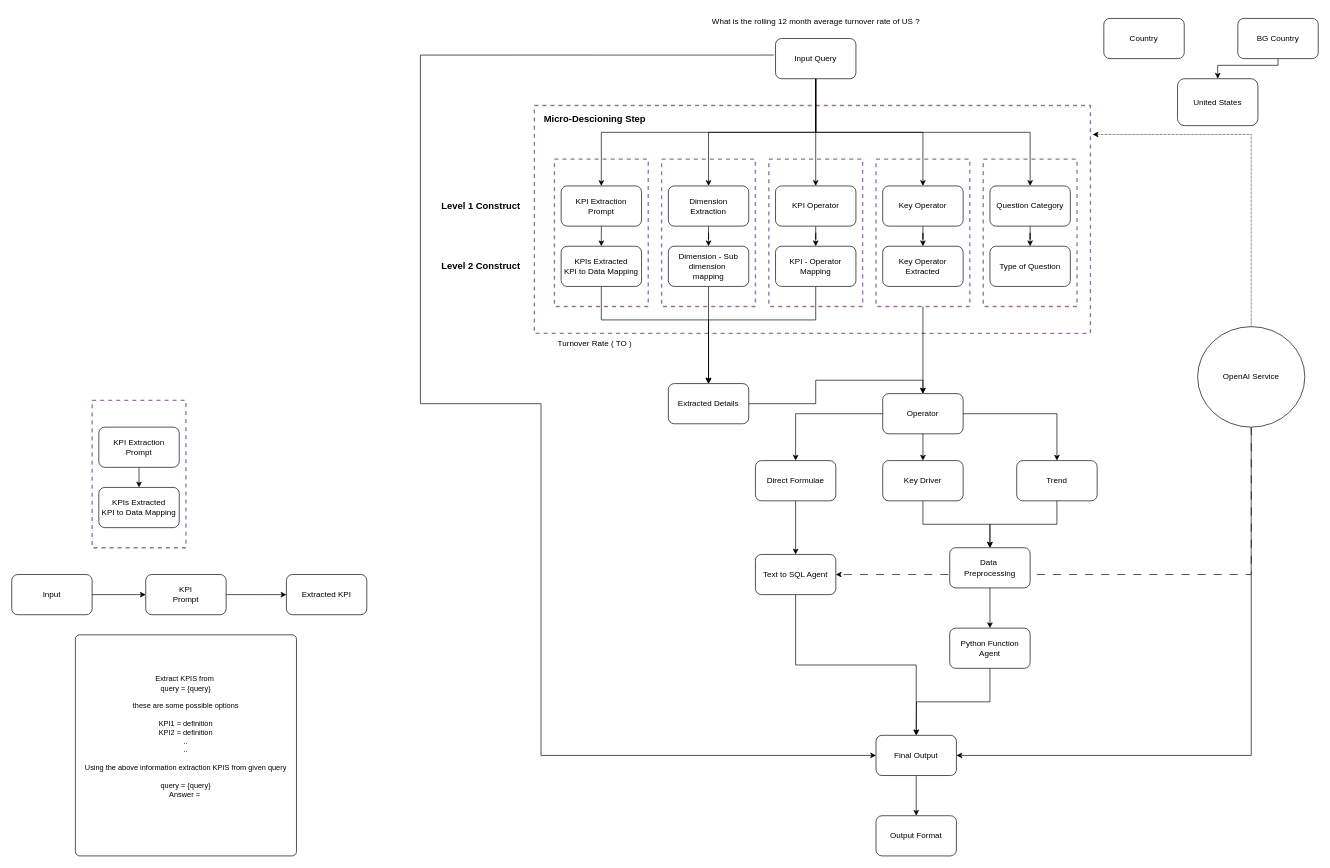
Above: page "Complete" (1 of 3) of Flow 1 - Complete workflow.drawio in NeyoxDrago/Flow-Diagrams (draw.io), before the change. Source tidied: cells renumbered, new cells numbered last; positions are measured from the earlier drawing's top-left corner, leaving out a move shared by most shapes. Both pictures are drawn from the tidied source at 67%, with x=0, y=0 at pixel (11, 11).
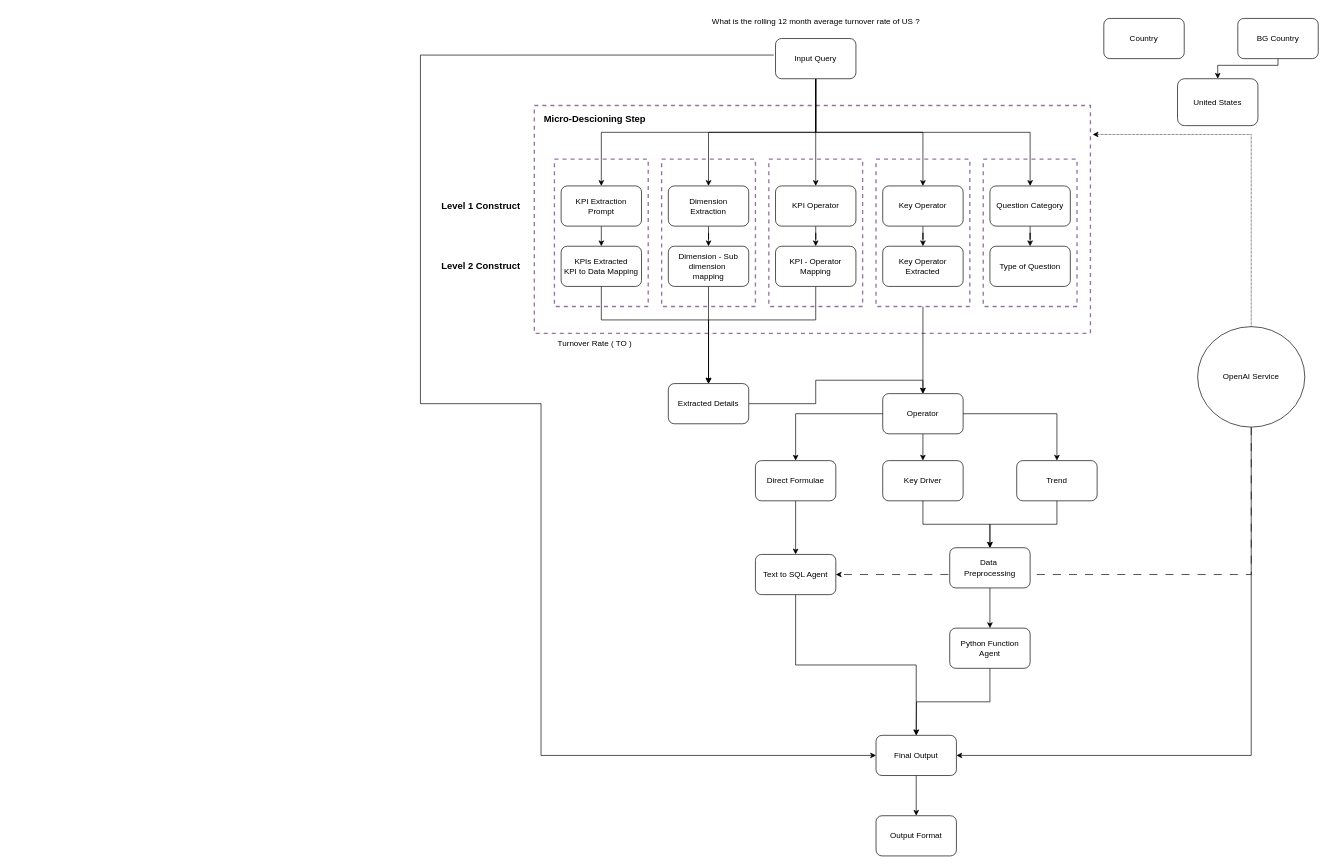
Above is the later version.

Diff of the diagram source:
```diff
@@
-    <mxCell id="62" style="verticalLabelPosition=bottom;verticalAlign=top;html=1;shape=mxgraph.basic.rect;fillColor2=none;strokeWidth=2;size=20;indent=5;fillColor=none;strokeColor=#9673a6;dashed=1;perimeterSpacing=0;shadow=0;" parent="1" vertex="1">
-      <mxGeometry x="120" y="580" width="140" height="220" as="geometry" />
-    </mxCell>
-    <mxCell id="63" style="edgeStyle=orthogonalEdgeStyle;rounded=0;jettySize=auto;html=1;exitX=0.5;exitY=1;exitDx=0;exitDy=0;entryX=0.5;entryY=0;entryDx=0;entryDy=0;strokeColor=default;shadow=0;strokeWidth=1;" parent="1" edge="1" source="64" target="65">
-      <mxGeometry relative="1" as="geometry" />
-    </mxCell>
-    <mxCell id="64" value="KPI Extraction Prompt" style="rounded=1;whiteSpace=wrap;html=1;strokeColor=default;shadow=0;strokeWidth=1;" parent="1" vertex="1">
-      <mxGeometry x="130" y="620" width="120" height="60" as="geometry" />
-    </mxCell>
-    <mxCell id="65" value="KPIs Extracted&lt;br&gt;KPI to Data Mapping" style="rounded=1;whiteSpace=wrap;html=1;strokeColor=default;shadow=0;strokeWidth=1;" parent="1" vertex="1">
-      <mxGeometry x="130" y="710" width="120" height="60" as="geometry" />
-    </mxCell>
-    <mxCell id="66" style="edgeStyle=orthogonalEdgeStyle;rounded=0;jettySize=auto;html=1;" parent="1" edge="1" source="67" target="68">
-      <mxGeometry relative="1" as="geometry" />
-    </mxCell>
-    <mxCell id="67" value="Input" style="rounded=1;whiteSpace=wrap;html=1;strokeColor=default;shadow=0;strokeWidth=1;" parent="1" vertex="1">
-      <mxGeometry y="840" width="120" height="60" as="geometry" />
-    </mxCell>
-    <mxCell id="68" value="&lt;div&gt;KPI&lt;/div&gt;Prompt" style="rounded=1;whiteSpace=wrap;html=1;strokeColor=default;shadow=0;strokeWidth=1;" parent="1" vertex="1">
-      <mxGeometry x="200" y="840" width="120" height="60" as="geometry" />
-    </mxCell>
-    <mxCell id="69" value="&lt;font style=&quot;font-size: 11px;&quot;&gt;Extract KPIS from&amp;nbsp;&lt;/font&gt;&lt;div style=&quot;font-size: 11px;&quot;&gt;&lt;font style=&quot;font-size: 11px;&quot;&gt;query = {query}&lt;/font&gt;&lt;/div&gt;&lt;div style=&quot;font-size: 11px;&quot;&gt;&lt;font style=&quot;font-size: 11px;&quot;&gt;&lt;br&gt;&lt;/font&gt;&lt;/div&gt;&lt;div style=&quot;font-size: 11px;&quot;&gt;&lt;font style=&quot;font-size: 11px;&quot;&gt;these are some possible options&lt;/font&gt;&lt;/div&gt;&lt;div style=&quot;font-size: 11px;&quot;&gt;&lt;font style=&quot;font-size: 11px;&quot;&gt;&lt;br&gt;&lt;/font&gt;&lt;/div&gt;&lt;div style=&quot;font-size: 11px;&quot;&gt;&lt;font style=&quot;font-size: 11px;&quot;&gt;KPI1 = definition&lt;/font&gt;&lt;/div&gt;&lt;div style=&quot;font-size: 11px;&quot;&gt;&lt;font style=&quot;font-size: 11px;&quot;&gt;KPI2 = definition&lt;br&gt;&lt;/font&gt;&lt;/div&gt;&lt;div style=&quot;font-size: 11px;&quot;&gt;&lt;font style=&quot;font-size: 11px;&quot;&gt;..&lt;/font&gt;&lt;/div&gt;&lt;div style=&quot;font-size: 11px;&quot;&gt;&lt;font style=&quot;font-size: 11px;&quot;&gt;..&lt;/font&gt;&lt;/div&gt;&lt;div style=&quot;font-size: 11px;&quot;&gt;&lt;font style=&quot;font-size: 11px;&quot;&gt;&lt;br&gt;&lt;/font&gt;&lt;/div&gt;&lt;div style=&quot;font-size: 11px;&quot;&gt;&lt;font style=&quot;font-size: 11px;&quot;&gt;Using the above information extraction KPIS from given query&lt;/font&gt;&lt;/div&gt;&lt;div style=&quot;font-size: 11px;&quot;&gt;&lt;font style=&quot;font-size: 11px;&quot;&gt;&lt;br&gt;&lt;/font&gt;&lt;/div&gt;&lt;div style=&quot;font-size: 11px;&quot;&gt;&lt;div&gt;&lt;font style=&quot;font-size: 11px;&quot;&gt;query = {query}&lt;/font&gt;&lt;/div&gt;&lt;div&gt;&lt;font style=&quot;font-size: 11px;&quot;&gt;Answer =&amp;nbsp;&lt;/font&gt;&lt;/div&gt;&lt;/div&gt;&lt;div style=&quot;font-size: 11px;&quot;&gt;&lt;font style=&quot;font-size: 11px;&quot;&gt;&lt;br&gt;&lt;/font&gt;&lt;/div&gt;&lt;div style=&quot;font-size: 11px;&quot;&gt;&lt;br&gt;&lt;/div&gt;" style="rounded=1;whiteSpace=wrap;html=1;strokeColor=default;shadow=0;strokeWidth=1;arcSize=2;" parent="1" vertex="1">
-      <mxGeometry x="95" y="930" width="330" height="330" as="geometry" />
-    </mxCell>
-    <mxCell id="70" style="edgeStyle=orthogonalEdgeStyle;rounded=0;jettySize=auto;html=1;exitX=1;exitY=0.5;exitDx=0;exitDy=0;" parent="1" edge="1" source="68">
-      <mxGeometry relative="1" as="geometry">
-        <mxPoint x="410" y="870" as="targetPoint" />
-      </mxGeometry>
-    </mxCell>
-    <mxCell id="71" value="Extracted KPI" style="rounded=1;whiteSpace=wrap;html=1;strokeColor=default;shadow=0;strokeWidth=1;" parent="1" vertex="1">
-      <mxGeometry x="410" y="840" width="120" height="60" as="geometry" />
-    </mxCell>
```
